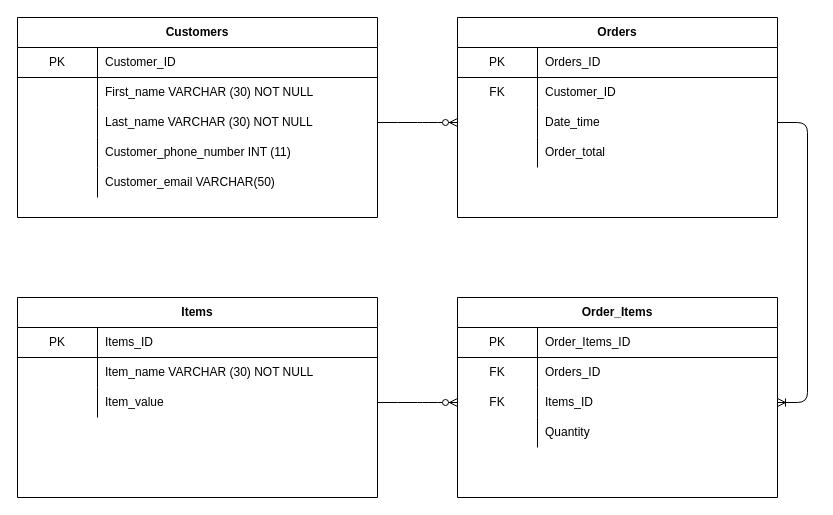
Earlier version of the draw.io diagram Copy of Untitled Diagram.drawio (AWalker2112/IMS-Starter). Source tidied: cells renumbered, new cells numbered last; positions are measured from the earlier drawing's top-left corner, leaving out a move shared by most shapes. Both pictures are drawn from the tidied source at 100%, with x=0, y=0 at pixel (17, 17).
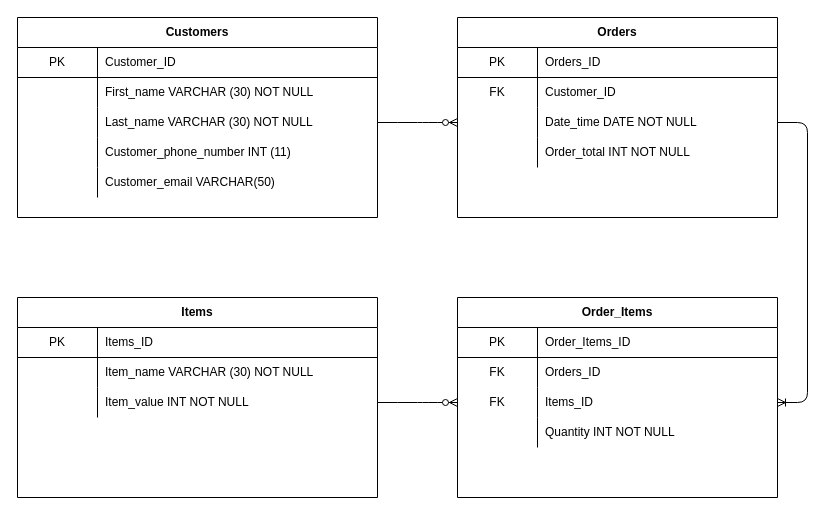
Above is the later version.

Commit message:
ERD IMS starter Diagram.drawio

Unchanged cells that the change refers to:
```xml
<mxCell id="25" style="shape=partialRectangle;html=1;whiteSpace=wrap;fillColor=none;top=0;left=0;bottom=0;right=0;points=[[0,0.5],[1,0.5]];portConstraint=eastwest;" parent="18" vertex="1">
  <mxGeometry y="90" width="320" height="30" as="geometry" />
</mxCell>
<mxCell id="28" style="shape=partialRectangle;html=1;whiteSpace=wrap;fillColor=none;top=0;left=0;bottom=0;right=0;" parent="18" vertex="1">
  <mxGeometry y="120" width="320" height="30" as="geometry" />
</mxCell>
<mxCell id="38" style="shape=partialRectangle;html=1;whiteSpace=wrap;fillColor=none;top=0;left=0;bottom=0;right=0;points=[[0,0.5],[1,0.5]];portConstraint=eastwest;" parent="31" vertex="1">
  <mxGeometry y="90" width="360" height="30" as="geometry" />
</mxCell>
<mxCell id="51" style="shape=partialRectangle;html=1;whiteSpace=wrap;fillColor=none;top=0;left=0;bottom=0;right=0;" parent="41" vertex="1">
  <mxGeometry y="120" width="320" height="30" as="geometry" />
</mxCell>
```

Change to the diagram source:
```diff
@@
-    <mxCell id="27" value="Date_time" style="shape=partialRectangle;html=1;whiteSpace=wrap;fillColor=none;top=0;left=0;bottom=0;right=0;align=left;spacingLeft=6;overflow=hidden;" parent="25" vertex="1">
+    <mxCell id="27" value="Date_time DATE NOT NULL" style="shape=partialRectangle;html=1;whiteSpace=wrap;fillColor=none;top=0;left=0;bottom=0;right=0;align=left;spacingLeft=6;overflow=hidden;" parent="25" vertex="1">
       <mxGeometry x="80" width="240" height="30" as="geometry" />
     </mxCell>
@@
-    <mxCell id="30" value="Order_total" style="shape=partialRectangle;html=1;whiteSpace=wrap;fillColor=none;top=0;left=0;bottom=0;right=0;align=left;spacingLeft=6;overflow=hidden;" parent="28" vertex="1">
+    <mxCell id="30" value="Order_total INT NOT NULL" style="shape=partialRectangle;html=1;whiteSpace=wrap;fillColor=none;top=0;left=0;bottom=0;right=0;align=left;spacingLeft=6;overflow=hidden;" parent="28" vertex="1">
       <mxGeometry x="80" width="240" height="30" as="geometry" />
     </mxCell>
@@
-    <mxCell id="40" value="Item_value&amp;nbsp;" style="shape=partialRectangle;html=1;whiteSpace=wrap;fillColor=none;top=0;left=0;bottom=0;right=0;align=left;spacingLeft=6;overflow=hidden;" parent="38" vertex="1">
+    <mxCell id="40" value="Item_value INT NOT NULL" style="shape=partialRectangle;html=1;whiteSpace=wrap;fillColor=none;top=0;left=0;bottom=0;right=0;align=left;spacingLeft=6;overflow=hidden;" parent="38" vertex="1">
       <mxGeometry x="80" width="280" height="30" as="geometry" />
     </mxCell>
@@
-    <mxCell id="53" value="Quantity" style="shape=partialRectangle;html=1;whiteSpace=wrap;fillColor=none;top=0;left=0;bottom=0;right=0;align=left;spacingLeft=6;overflow=hidden;" parent="51" vertex="1">
+    <mxCell id="53" value="Quantity INT NOT NULL" style="shape=partialRectangle;html=1;whiteSpace=wrap;fillColor=none;top=0;left=0;bottom=0;right=0;align=left;spacingLeft=6;overflow=hidden;" parent="51" vertex="1">
       <mxGeometry x="80" width="240" height="30" as="geometry" />
     </mxCell>
```
